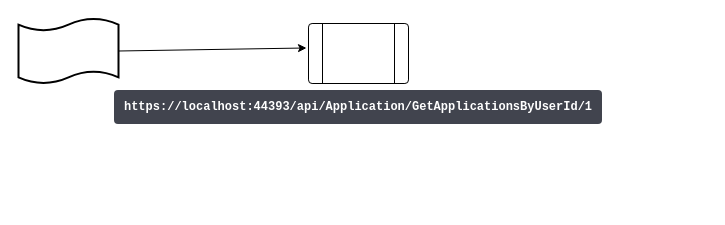
This is Untitled Diagram.drawio from mattwatts36/drawings, a draw.io file, before an edit. Source tidied: cells renumbered, new cells numbered last; positions are measured from the earlier drawing's top-left corner, leaving out a move shared by most shapes. Both pictures are drawn from the tidied source at 100%, with x=0, y=0 at pixel (18, 18).
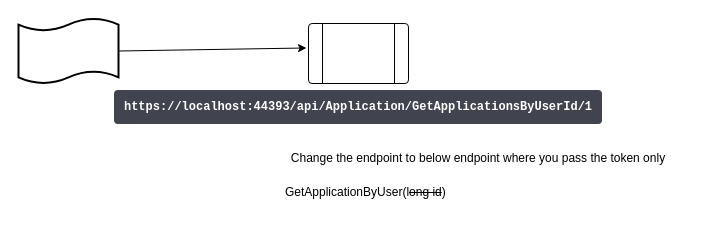
Above is the later version.

Diff of the diagram source:
```diff
@@
 <mxGraphModel>
   <root>
     <mxCell id="0" />
     <mxCell id="1" parent="0" />
     <mxCell id="2" style="shape=tape;whiteSpace=wrap;html=1;strokeWidth=2;size=0.19;" parent="1" vertex="1">
       <mxGeometry width="100" height="65" as="geometry" />
     </mxCell>
     <mxCell id="3" value="&lt;pre class=&quot;microlight&quot; style=&quot;box-sizing: border-box ; margin-top: 0px ; margin-bottom: 0px ; padding: 10px ; word-break: break-word ; border-radius: 4px ; background: rgb(65 , 68 , 78) ; overflow-wrap: break-word ; font-weight: 600 ; color: rgb(255 , 255 , 255)&quot;&gt;https://localhost:44393/api/Application/GetApplicationsByUserId/1&lt;/pre&gt;" style="verticalLabelPosition=bottom;verticalAlign=top;html=1;shape=process;whiteSpace=wrap;rounded=1;size=0.14;arcSize=6;" parent="1" vertex="1">
       <mxGeometry x="290" y="5" width="100" height="60" as="geometry" />
     </mxCell>
     <mxCell id="4" style="endArrow=classic;html=1;entryX=-0.02;entryY=0.408;entryDx=0;entryDy=0;entryPerimeter=0;exitX=1;exitY=0.5;exitDx=0;exitDy=0;exitPerimeter=0;" parent="1" edge="1" source="2" target="3">
       <mxGeometry relative="1" as="geometry" />
     </mxCell>
+    <mxCell id="5" value="GetApplicationByUser(l&lt;strike&gt;ong id&lt;/strike&gt;)" style="text;whiteSpace=wrap;html=1;" parent="1" vertex="1">
+      <mxGeometry x="265" y="160" width="170" height="30" as="geometry" />
+    </mxCell>
+    <mxCell id="6" value="Change the endpoint to below endpoint where you pass the token only" style="text;html=1;strokeColor=none;fillColor=none;align=center;verticalAlign=middle;whiteSpace=wrap;rounded=0;" parent="1" vertex="1">
+      <mxGeometry x="230" y="130" width="460" height="20" as="geometry" />
+    </mxCell>
   </root>
 </mxGraphModel>
```
